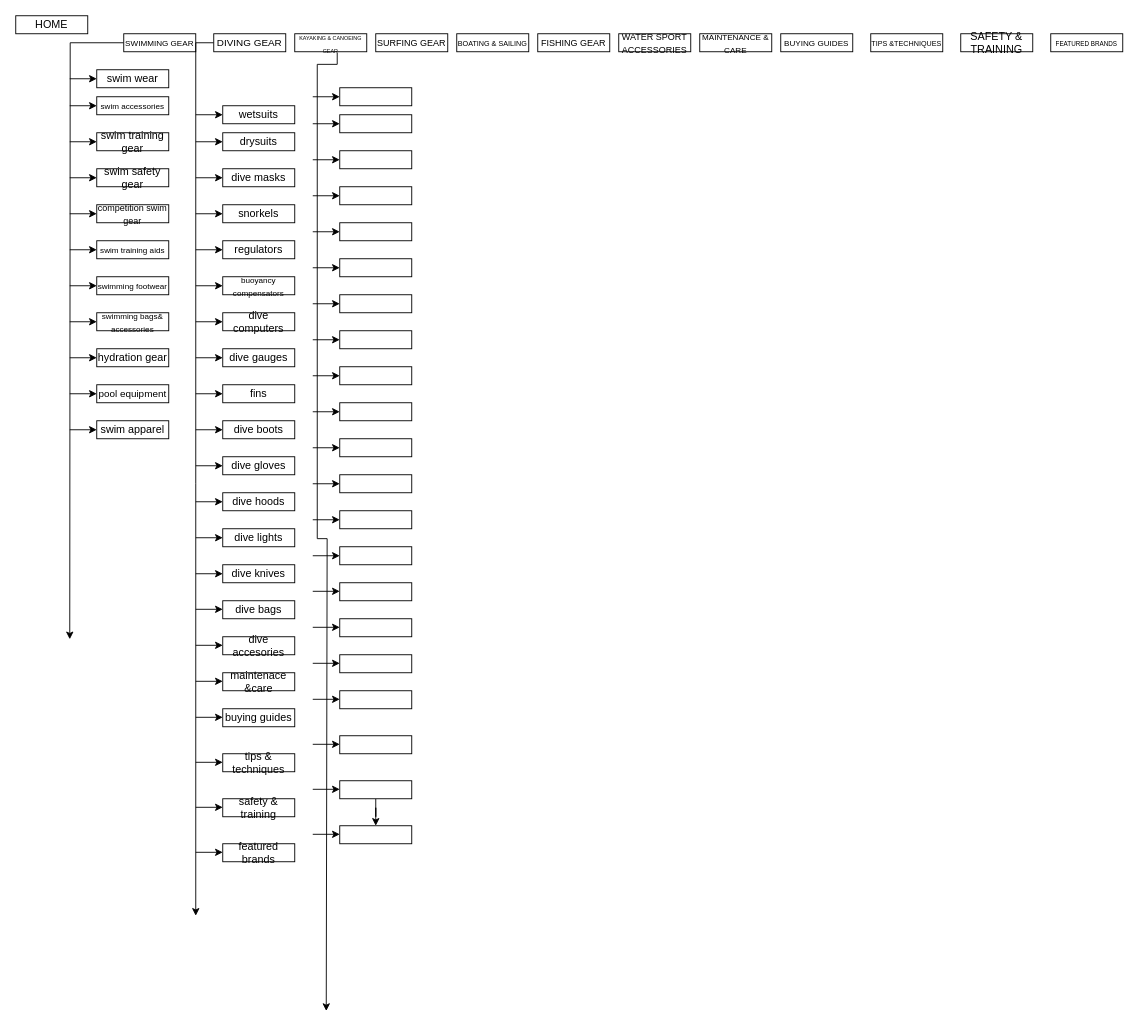
Above: water gear.drawio in ashanlokuge/ashanlokuge.github.io (draw.io), before the change. Source tidied: cells renumbered, new cells numbered last; positions are measured from the earlier drawing's top-left corner, leaving out a move shared by most shapes. Both pictures are drawn from the tidied source at 90%, with x=0, y=0 at pixel (15, 15).
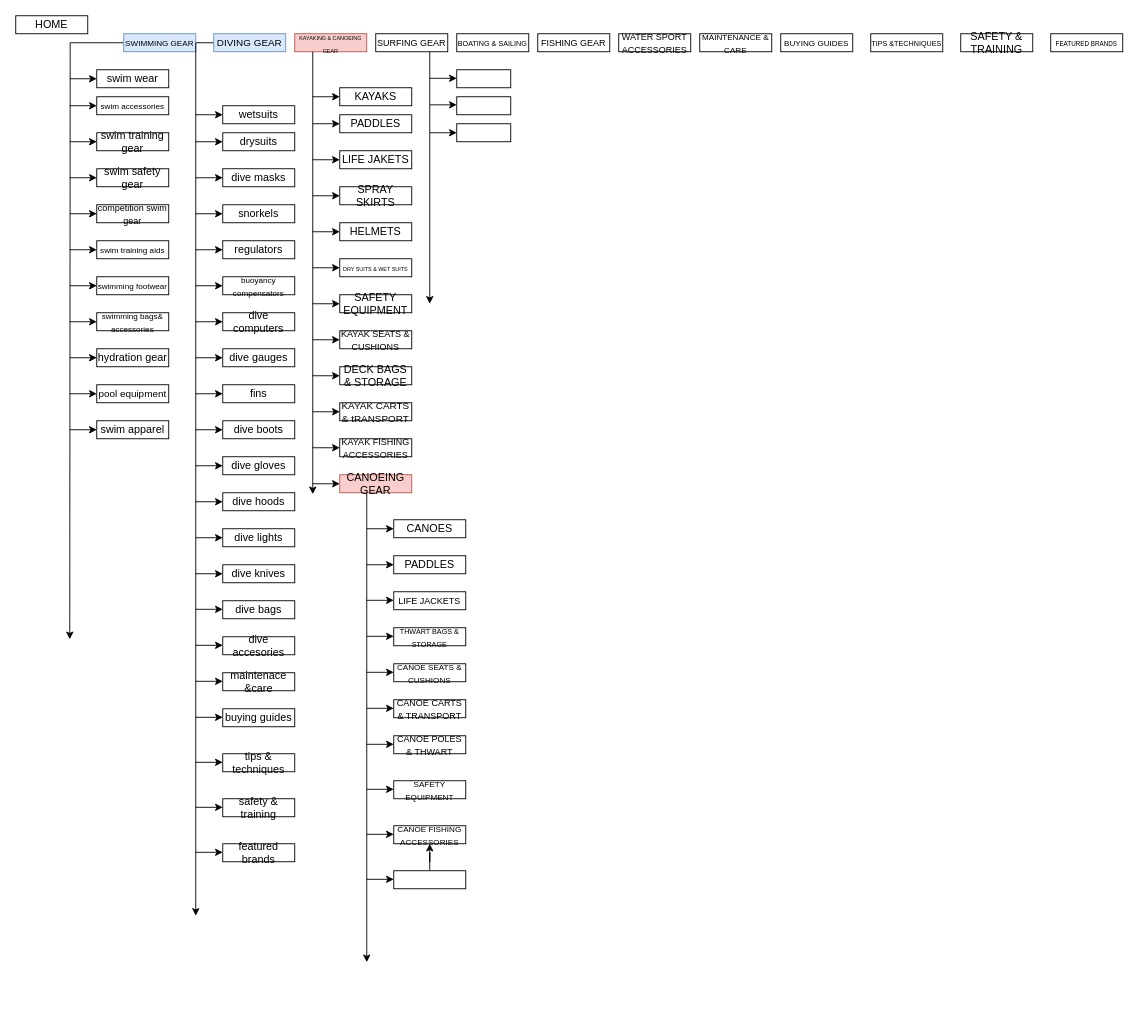
Above is the later version.

The change refers to these unchanged cells:
```xml
<mxCell id="11" style="rounded=0;whiteSpace=wrap;html=1;" parent="1" vertex="1">
  <mxGeometry x="420" y="40" width="80" as="geometry" />
</mxCell>
```

Change to the diagram source:
```diff
@@
-    <mxCell id="4" value="&lt;font style=&quot;font-size: 9px;&quot;&gt;SWIMMING GEAR&lt;/font&gt;" style="rounded=0;whiteSpace=wrap;html=1;" parent="1" vertex="1">
+    <mxCell id="4" value="&lt;font style=&quot;font-size: 9px;&quot;&gt;SWIMMING GEAR&lt;/font&gt;" style="rounded=0;whiteSpace=wrap;html=1;fillColor=#dae8fc;strokeColor=#6c8ebf;" parent="1" vertex="1">
       <mxGeometry x="120" y="20" width="80" height="20" as="geometry" />
     </mxCell>
@@
-    <mxCell id="6" value="&lt;font style=&quot;font-size: 11px;&quot;&gt;DIVING GEAR&lt;/font&gt;" style="rounded=0;whiteSpace=wrap;html=1;" parent="1" vertex="1">
+    <mxCell id="6" value="&lt;font style=&quot;font-size: 11px;&quot;&gt;DIVING GEAR&lt;/font&gt;" style="rounded=0;whiteSpace=wrap;html=1;fillColor=#dae8fc;strokeColor=#6c8ebf;" parent="1" vertex="1">
       <mxGeometry x="220" y="20" width="80" height="20" as="geometry" />
     </mxCell>
-    <mxCell id="7" style="edgeStyle=orthogonalEdgeStyle;rounded=0;jettySize=auto;html=1;exitX=0.59;exitY=1.06;exitDx=0;exitDy=0;exitPerimeter=0;" parent="1" edge="1" source="8">
-      <mxGeometry relative="1" as="geometry">
-        <mxPoint x="345" y="1105.8" as="targetPoint" />
-        <Array as="points">
-          <mxPoint x="357" y="54" />
-          <mxPoint x="335" y="54" />
-          <mxPoint x="335" y="581" />
-          <mxPoint x="346" y="581" />
-        </Array>
-      </mxGeometry>
-    </mxCell>
-    <mxCell id="8" value="&lt;font style=&quot;font-size: 6px;&quot;&gt;KAYAKING &amp;amp; CANOEING GEAR&lt;/font&gt;" style="rounded=0;whiteSpace=wrap;html=1;" parent="1" vertex="1">
+    <mxCell id="8" value="&lt;font style=&quot;font-size: 6px;&quot;&gt;KAYAKING &amp;amp; CANOEING GEAR&lt;/font&gt;" style="rounded=0;whiteSpace=wrap;html=1;fillColor=#f8cecc;strokeColor=#b85450;" parent="1" vertex="1">
       <mxGeometry x="310" y="20" width="80" height="20" as="geometry" />
     </mxCell>
@@
-    <mxCell id="85" style="endArrow=classic;html=1;rounded=0;" parent="1" edge="1">
-      <mxGeometry relative="1" as="geometry">
-        <mxPoint x="330" y="639.5" as="sourcePoint" />
-        <mxPoint x="360" y="639.5" as="targetPoint" />
-      </mxGeometry>
-    </mxCell>
-    <mxCell id="86" style="endArrow=classic;html=1;rounded=0;" parent="1" edge="1">
-      <mxGeometry relative="1" as="geometry">
-        <mxPoint x="330" y="719.5" as="sourcePoint" />
-        <mxPoint x="360" y="719.5" as="targetPoint" />
-      </mxGeometry>
-    </mxCell>
-    <mxCell id="87" style="endArrow=classic;html=1;rounded=0;" parent="1" edge="1">
-      <mxGeometry relative="1" as="geometry">
-        <mxPoint x="330" y="679.5" as="sourcePoint" />
-        <mxPoint x="360" y="679.5" as="targetPoint" />
-      </mxGeometry>
-    </mxCell>
-    <mxCell id="88" style="rounded=0;whiteSpace=wrap;html=1;" parent="1" vertex="1">
-      <mxGeometry x="360" y="710" width="80" height="20" as="geometry" />
-    </mxCell>
-    <mxCell id="89" style="rounded=0;whiteSpace=wrap;html=1;" parent="1" vertex="1">
-      <mxGeometry x="360" y="670" width="80" height="20" as="geometry" />
-    </mxCell>
-    <mxCell id="90" style="rounded=0;whiteSpace=wrap;html=1;" parent="1" vertex="1">
-      <mxGeometry x="360" y="630" width="80" height="20" as="geometry" />
-    </mxCell>
@@
-    <mxCell id="102" style="rounded=0;whiteSpace=wrap;html=1;" parent="1" vertex="1">
+    <mxCell id="102" value="KAYAKS" style="rounded=0;whiteSpace=wrap;html=1;" parent="1" vertex="1">
       <mxGeometry x="360" y="80" width="80" height="20" as="geometry" />
     </mxCell>
-    <mxCell id="103" style="rounded=0;whiteSpace=wrap;html=1;" parent="1" vertex="1">
+    <mxCell id="103" value="PADDLES" style="rounded=0;whiteSpace=wrap;html=1;" parent="1" vertex="1">
       <mxGeometry x="360" y="110" width="80" height="20" as="geometry" />
     </mxCell>
-    <mxCell id="104" style="rounded=0;whiteSpace=wrap;html=1;" parent="1" vertex="1">
+    <mxCell id="104" value="LIFE JAKETS" style="rounded=0;whiteSpace=wrap;html=1;" parent="1" vertex="1">
       <mxGeometry x="360" y="150" width="80" height="20" as="geometry" />
     </mxCell>
-    <mxCell id="105" style="rounded=0;whiteSpace=wrap;html=1;" parent="1" vertex="1">
+    <mxCell id="105" value="SPRAY SKIRTS" style="rounded=0;whiteSpace=wrap;html=1;" parent="1" vertex="1">
       <mxGeometry x="360" y="190" width="80" height="20" as="geometry" />
     </mxCell>
-    <mxCell id="106" style="rounded=0;whiteSpace=wrap;html=1;" parent="1" vertex="1">
+    <mxCell id="106" value="HELMETS" style="rounded=0;whiteSpace=wrap;html=1;" parent="1" vertex="1">
       <mxGeometry x="360" y="230" width="80" height="20" as="geometry" />
     </mxCell>
-    <mxCell id="107" style="rounded=0;whiteSpace=wrap;html=1;" parent="1" vertex="1">
+    <mxCell id="107" value="&lt;font style=&quot;font-size: 6px;&quot;&gt;DRY SUITS &amp;amp; WET SUITS&lt;/font&gt;" style="rounded=0;whiteSpace=wrap;html=1;" parent="1" vertex="1">
       <mxGeometry x="360" y="270" width="80" height="20" as="geometry" />
     </mxCell>
-    <mxCell id="108" style="rounded=0;whiteSpace=wrap;html=1;" parent="1" vertex="1">
+    <mxCell id="108" value="SAFETY EQUIPMENT" style="rounded=0;whiteSpace=wrap;html=1;" parent="1" vertex="1">
       <mxGeometry x="360" y="310" width="80" height="20" as="geometry" />
     </mxCell>
-    <mxCell id="109" style="rounded=0;whiteSpace=wrap;html=1;" parent="1" vertex="1">
+    <mxCell id="109" value="&lt;font style=&quot;font-size: 10px;&quot;&gt;KAYAK SEATS &amp;amp; CUSHIONS&lt;/font&gt;" style="rounded=0;whiteSpace=wrap;html=1;" parent="1" vertex="1">
       <mxGeometry x="360" y="350" width="80" height="20" as="geometry" />
     </mxCell>
-    <mxCell id="110" style="rounded=0;whiteSpace=wrap;html=1;" parent="1" vertex="1">
+    <mxCell id="110" value="DECK BAGS &amp;amp; STORAGE" style="rounded=0;whiteSpace=wrap;html=1;" parent="1" vertex="1">
       <mxGeometry x="360" y="390" width="80" height="20" as="geometry" />
     </mxCell>
-    <mxCell id="111" style="rounded=0;whiteSpace=wrap;html=1;" parent="1" vertex="1">
+    <mxCell id="111" value="&lt;font style=&quot;font-size: 11px;&quot;&gt;KAYAK CARTS &amp;amp; tRANSPORT&lt;/font&gt;" style="rounded=0;whiteSpace=wrap;html=1;" parent="1" vertex="1">
       <mxGeometry x="360" y="430" width="80" height="20" as="geometry" />
     </mxCell>
-    <mxCell id="112" style="rounded=0;whiteSpace=wrap;html=1;" parent="1" vertex="1">
+    <mxCell id="112" value="&lt;font style=&quot;font-size: 10px;&quot;&gt;KAYAK FISHING ACCESSORIES&lt;/font&gt;" style="rounded=0;whiteSpace=wrap;html=1;" parent="1" vertex="1">
       <mxGeometry x="360" y="470" width="80" height="20" as="geometry" />
     </mxCell>
@@
-    <mxCell id="114" style="endArrow=classic;html=1;rounded=0;" parent="1" edge="1">
-      <mxGeometry relative="1" as="geometry">
-        <mxPoint x="330" y="600" as="sourcePoint" />
-        <mxPoint x="360" y="600" as="targetPoint" />
-      </mxGeometry>
-    </mxCell>
-    <mxCell id="115" style="endArrow=classic;html=1;rounded=0;" parent="1" edge="1">
-      <mxGeometry relative="1" as="geometry">
-        <mxPoint x="330" y="560" as="sourcePoint" />
-        <mxPoint x="360" y="560" as="targetPoint" />
-      </mxGeometry>
-    </mxCell>
-    <mxCell id="116" style="rounded=0;whiteSpace=wrap;html=1;" parent="1" vertex="1">
+    <mxCell id="116" value="CANOEING GEAR" style="rounded=0;whiteSpace=wrap;html=1;fillColor=#f8cecc;strokeColor=#b85450;" parent="1" vertex="1">
       <mxGeometry x="360" y="510" width="80" height="20" as="geometry" />
     </mxCell>
-    <mxCell id="117" style="rounded=0;whiteSpace=wrap;html=1;" parent="1" vertex="1">
-      <mxGeometry x="360" y="550" width="80" height="20" as="geometry" />
-    </mxCell>
-    <mxCell id="118" style="rounded=0;whiteSpace=wrap;html=1;" parent="1" vertex="1">
-      <mxGeometry x="360" y="590" width="80" height="20" as="geometry" />
-    </mxCell>
-    <mxCell id="119" style="rounded=0;whiteSpace=wrap;html=1;" parent="1" vertex="1">
-      <mxGeometry x="360" y="750" width="80" height="20" as="geometry" />
-    </mxCell>
-    <mxCell id="120" style="rounded=0;whiteSpace=wrap;html=1;" parent="1" vertex="1">
-      <mxGeometry x="360" y="800" width="80" height="20" as="geometry" />
-    </mxCell>
-    <mxCell id="121" style="edgeStyle=orthogonalEdgeStyle;rounded=0;jettySize=auto;html=1;" parent="1" edge="1" source="122" target="123">
-      <mxGeometry relative="1" as="geometry" />
-    </mxCell>
-    <mxCell id="122" style="rounded=0;whiteSpace=wrap;html=1;" parent="1" vertex="1">
-      <mxGeometry x="360" y="850" width="80" height="20" as="geometry" />
-    </mxCell>
-    <mxCell id="123" style="rounded=0;whiteSpace=wrap;html=1;" parent="1" vertex="1">
-      <mxGeometry x="360" y="900" width="80" height="20" as="geometry" />
-    </mxCell>
-    <mxCell id="124" style="endArrow=classic;html=1;rounded=0;" parent="1" edge="1">
-      <mxGeometry relative="1" as="geometry">
-        <mxPoint x="330" y="759.5" as="sourcePoint" />
-        <mxPoint x="360" y="759.5" as="targetPoint" />
-      </mxGeometry>
-    </mxCell>
-    <mxCell id="125" style="endArrow=classic;html=1;rounded=0;" parent="1" edge="1">
-      <mxGeometry relative="1" as="geometry">
-        <mxPoint x="330" y="809.5" as="sourcePoint" />
-        <mxPoint x="360" y="809.5" as="targetPoint" />
-      </mxGeometry>
-    </mxCell>
-    <mxCell id="126" style="endArrow=classic;html=1;rounded=0;" parent="1" edge="1">
-      <mxGeometry relative="1" as="geometry">
-        <mxPoint x="330" y="859.5" as="sourcePoint" />
-        <mxPoint x="360" y="859.5" as="targetPoint" />
-      </mxGeometry>
-    </mxCell>
-    <mxCell id="127" style="endArrow=classic;html=1;rounded=0;" parent="1" edge="1">
-      <mxGeometry relative="1" as="geometry">
-        <mxPoint x="330" y="909.5" as="sourcePoint" />
-        <mxPoint x="360" y="909.5" as="targetPoint" />
-      </mxGeometry>
-    </mxCell>
+    <mxCell id="128" style="endArrow=classic;html=1;rounded=0;exitX=0.25;exitY=1;exitDx=0;exitDy=0;" parent="1" edge="1" source="8">
+      <mxGeometry relative="1" as="geometry">
+        <mxPoint x="330" y="531.6" as="targetPoint" />
+      </mxGeometry>
+    </mxCell>
+    <mxCell id="129" style="endArrow=classic;html=1;rounded=0;exitX=0.375;exitY=1;exitDx=0;exitDy=0;exitPerimeter=0;" parent="1" edge="1" source="116">
+      <mxGeometry relative="1" as="geometry">
+        <mxPoint x="390" y="1051.6" as="targetPoint" />
+      </mxGeometry>
+    </mxCell>
+    <mxCell id="130" value="&lt;font style=&quot;font-size: 10px;&quot;&gt;CANOE CARTS &amp;amp; TRANSPORT&lt;/font&gt;" style="rounded=0;whiteSpace=wrap;html=1;" parent="1" vertex="1">
+      <mxGeometry x="420" y="760" width="80" height="20" as="geometry" />
+    </mxCell>
+    <mxCell id="131" value="&lt;font style=&quot;font-size: 9px;&quot;&gt;CANOE SEATS &amp;amp; CUSHIONS&lt;/font&gt;" style="rounded=0;whiteSpace=wrap;html=1;" parent="1" vertex="1">
+      <mxGeometry x="420" y="720" width="80" height="20" as="geometry" />
+    </mxCell>
+    <mxCell id="132" value="&lt;font style=&quot;font-size: 8px;&quot;&gt;THWART BAGS &amp;amp; STORAGE&lt;/font&gt;" style="rounded=0;whiteSpace=wrap;html=1;" parent="1" vertex="1">
+      <mxGeometry x="420" y="680" width="80" height="20" as="geometry" />
+    </mxCell>
+    <mxCell id="133" value="CANOES" style="rounded=0;whiteSpace=wrap;html=1;" parent="1" vertex="1">
+      <mxGeometry x="420" y="560" width="80" height="20" as="geometry" />
+    </mxCell>
+    <mxCell id="134" value="PADDLES" style="rounded=0;whiteSpace=wrap;html=1;" parent="1" vertex="1">
+      <mxGeometry x="420" y="600" width="80" height="20" as="geometry" />
+    </mxCell>
+    <mxCell id="135" value="&lt;font style=&quot;font-size: 10px;&quot;&gt;LIFE JACKETS&lt;/font&gt;" style="rounded=0;whiteSpace=wrap;html=1;" parent="1" vertex="1">
+      <mxGeometry x="420" y="640" width="80" height="20" as="geometry" />
+    </mxCell>
+    <mxCell id="136" value="&lt;font style=&quot;font-size: 10px;&quot;&gt;CANOE POLES &amp;amp; THWART&lt;/font&gt;" style="rounded=0;whiteSpace=wrap;html=1;" parent="1" vertex="1">
+      <mxGeometry x="420" y="800" width="80" height="20" as="geometry" />
+    </mxCell>
+    <mxCell id="137" value="&lt;font style=&quot;font-size: 9px;&quot;&gt;SAFETY EQUIPMENT&lt;/font&gt;" style="rounded=0;whiteSpace=wrap;html=1;" parent="1" vertex="1">
+      <mxGeometry x="420" y="850" width="80" height="20" as="geometry" />
+    </mxCell>
+    <mxCell id="138" value="&lt;font style=&quot;font-size: 9px;&quot;&gt;CANOE FISHING ACCESSORIES&lt;/font&gt;" style="rounded=0;whiteSpace=wrap;html=1;" parent="1" vertex="1">
+      <mxGeometry x="420" y="900" width="80" height="20" as="geometry" />
+    </mxCell>
+    <mxCell id="139" style="edgeStyle=orthogonalEdgeStyle;rounded=0;jettySize=auto;html=1;" parent="1" edge="1" source="140" target="138">
+      <mxGeometry relative="1" as="geometry" />
+    </mxCell>
+    <mxCell id="140" style="rounded=0;whiteSpace=wrap;html=1;" parent="1" vertex="1">
+      <mxGeometry x="420" y="950" width="80" height="20" as="geometry" />
+    </mxCell>
+    <mxCell id="141" style="endArrow=classic;html=1;rounded=0;" parent="1" edge="1">
+      <mxGeometry relative="1" as="geometry">
+        <mxPoint x="390" y="570" as="sourcePoint" />
+        <mxPoint x="420" y="570" as="targetPoint" />
+      </mxGeometry>
+    </mxCell>
+    <mxCell id="142" style="endArrow=classic;html=1;rounded=0;" parent="1" edge="1">
+      <mxGeometry relative="1" as="geometry">
+        <mxPoint x="390" y="689.5" as="sourcePoint" />
+        <mxPoint x="420" y="689.5" as="targetPoint" />
+      </mxGeometry>
+    </mxCell>
+    <mxCell id="143" style="endArrow=classic;html=1;rounded=0;" parent="1" edge="1">
+      <mxGeometry relative="1" as="geometry">
+        <mxPoint x="390" y="649.5" as="sourcePoint" />
+        <mxPoint x="420" y="649.5" as="targetPoint" />
+      </mxGeometry>
+    </mxCell>
+    <mxCell id="144" style="endArrow=classic;html=1;rounded=0;" parent="1" edge="1">
+      <mxGeometry relative="1" as="geometry">
+        <mxPoint x="390" y="610" as="sourcePoint" />
+        <mxPoint x="420" y="610" as="targetPoint" />
+      </mxGeometry>
+    </mxCell>
+    <mxCell id="145" style="endArrow=classic;html=1;rounded=0;" parent="1" edge="1">
+      <mxGeometry relative="1" as="geometry">
+        <mxPoint x="390" y="769.5" as="sourcePoint" />
+        <mxPoint x="420" y="769.5" as="targetPoint" />
+      </mxGeometry>
+    </mxCell>
+    <mxCell id="146" style="endArrow=classic;html=1;rounded=0;" parent="1" edge="1">
+      <mxGeometry relative="1" as="geometry">
+        <mxPoint x="390" y="729.5" as="sourcePoint" />
+        <mxPoint x="420" y="729.5" as="targetPoint" />
+      </mxGeometry>
+    </mxCell>
+    <mxCell id="147" style="endArrow=classic;html=1;rounded=0;" parent="1" edge="1">
+      <mxGeometry relative="1" as="geometry">
+        <mxPoint x="390" y="809.5" as="sourcePoint" />
+        <mxPoint x="420" y="809.5" as="targetPoint" />
+      </mxGeometry>
+    </mxCell>
+    <mxCell id="148" style="endArrow=classic;html=1;rounded=0;" parent="1" edge="1">
+      <mxGeometry relative="1" as="geometry">
+        <mxPoint x="390" y="959.5" as="sourcePoint" />
+        <mxPoint x="420" y="959.5" as="targetPoint" />
+      </mxGeometry>
+    </mxCell>
+    <mxCell id="149" style="endArrow=classic;html=1;rounded=0;" parent="1" edge="1">
+      <mxGeometry relative="1" as="geometry">
+        <mxPoint x="390" y="909.5" as="sourcePoint" />
+        <mxPoint x="420" y="909.5" as="targetPoint" />
+      </mxGeometry>
+    </mxCell>
+    <mxCell id="150" style="endArrow=classic;html=1;rounded=0;" parent="1" edge="1">
+      <mxGeometry relative="1" as="geometry">
+        <mxPoint x="390" y="859.5" as="sourcePoint" />
+        <mxPoint x="420" y="859.5" as="targetPoint" />
+      </mxGeometry>
+    </mxCell>
+    <mxCell id="151" style="endArrow=classic;html=1;rounded=0;exitX=0;exitY=0;exitDx=0;exitDy=0;" parent="1" edge="1" source="11">
+      <mxGeometry relative="1" as="geometry">
+        <mxPoint x="460" y="320" as="targetPoint" />
+      </mxGeometry>
+    </mxCell>
+    <mxCell id="152" style="endArrow=classic;html=1;rounded=0;" parent="1" edge="1">
+      <mxGeometry relative="1" as="geometry">
+        <mxPoint x="460" y="69.5" as="sourcePoint" />
+        <mxPoint x="490" y="69.5" as="targetPoint" />
+      </mxGeometry>
+    </mxCell>
+    <mxCell id="153" style="endArrow=classic;html=1;rounded=0;" parent="1" edge="1">
+      <mxGeometry relative="1" as="geometry">
+        <mxPoint x="460" y="99" as="sourcePoint" />
+        <mxPoint x="490" y="99" as="targetPoint" />
+      </mxGeometry>
+    </mxCell>
+    <mxCell id="154" style="rounded=0;whiteSpace=wrap;html=1;" parent="1" vertex="1">
+      <mxGeometry x="490" y="60" width="60" height="20" as="geometry" />
+    </mxCell>
+    <mxCell id="155" style="rounded=0;whiteSpace=wrap;html=1;" parent="1" vertex="1">
+      <mxGeometry x="490" y="90" width="60" height="20" as="geometry" />
+    </mxCell>
+    <mxCell id="156" style="rounded=0;whiteSpace=wrap;html=1;" parent="1" vertex="1">
+      <mxGeometry x="490" y="120" width="60" height="20" as="geometry" />
+    </mxCell>
+    <mxCell id="157" style="endArrow=classic;html=1;rounded=0;" parent="1" edge="1">
+      <mxGeometry relative="1" as="geometry">
+        <mxPoint x="460" y="130" as="sourcePoint" />
+        <mxPoint x="490" y="130" as="targetPoint" />
+      </mxGeometry>
+    </mxCell>
```
